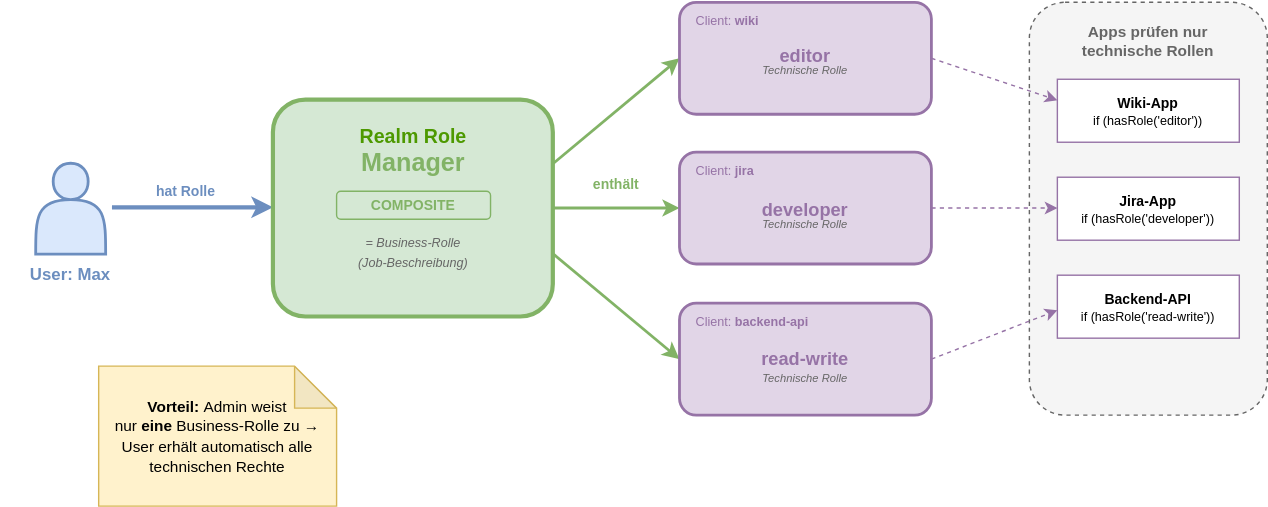
This is slides/04-clients-benutzerverwaltung/images/composite_roles.drawio.svg from it-erben/training-keycloak, a draw.io export, as it was before one commit. Source tidied: cells renumbered, new cells last; positions are measured from the earlier drawing's top-left corner, leaving out a move shared by most shapes. The source it was exported from:
```xml
<mxGraphModel>
  <root>
    <mxCell id="0" />
    <mxCell id="1" parent="0" />
    <mxCell id="2" style="shape=actor;whiteSpace=wrap;html=1;fillColor=#dae8fc;strokeColor=#6c8ebf;strokeWidth=2;" parent="1" vertex="1">
      <mxGeometry x="25" y="115" width="50" height="65" as="geometry" />
    </mxCell>
    <mxCell id="3" value="&lt;b&gt;User: Max&lt;/b&gt;" style="text;html=1;strokeColor=none;fillColor=none;align=center;verticalAlign=middle;whiteSpace=wrap;rounded=0;fontSize=12;fontColor=#6c8ebf;" parent="1" vertex="1">
      <mxGeometry y="185" width="100" height="20" as="geometry" />
    </mxCell>
    <mxCell id="4" style="endArrow=classic;html=1;strokeWidth=3;strokeColor=#6c8ebf;" parent="1" edge="1">
      <mxGeometry relative="1" as="geometry">
        <mxPoint x="80" y="147" as="sourcePoint" />
        <mxPoint x="195" y="147" as="targetPoint" />
      </mxGeometry>
    </mxCell>
    <mxCell id="5" value="&lt;font style=&quot;font-size:10px&quot;&gt;&lt;b&gt;hat Rolle&lt;/b&gt;&lt;/font&gt;" style="text;html=1;strokeColor=none;fillColor=none;align=center;verticalAlign=middle;whiteSpace=wrap;rounded=0;fontColor=#6c8ebf;" parent="1" vertex="1">
      <mxGeometry x="100" y="125" width="65" height="20" as="geometry" />
    </mxCell>
    <mxCell id="6" style="rounded=1;whiteSpace=wrap;html=1;fillColor=#d5e8d4;strokeColor=#82b366;strokeWidth=3;" parent="1" vertex="1">
      <mxGeometry x="195" y="70" width="200" height="155" as="geometry" />
    </mxCell>
    <mxCell id="7" value="&lt;font style=&quot;color: rgb(77, 153, 0);&quot;&gt;&lt;b style=&quot;font-size:14px&quot;&gt;Realm Role&lt;/b&gt;&lt;br&gt;&lt;/font&gt;&lt;font style=&quot;font-size:18px;color:#82b366&quot;&gt;&lt;b&gt;Manager&lt;/b&gt;&lt;/font&gt;" style="text;html=1;strokeColor=none;fillColor=none;align=center;verticalAlign=middle;whiteSpace=wrap;rounded=0;" parent="1" vertex="1">
      <mxGeometry x="220" y="82" width="150" height="50" as="geometry" />
    </mxCell>
    <mxCell id="8" value="&lt;font style=&quot;font-size:10px&quot; color=&quot;#82b366&quot;&gt;&lt;b&gt;COMPOSITE&lt;/b&gt;&lt;/font&gt;" style="text;html=1;strokeColor=#82b366;fillColor=#d5e8d4;align=center;verticalAlign=middle;whiteSpace=wrap;rounded=1;" parent="1" vertex="1">
      <mxGeometry x="240" y="135" width="110" height="20" as="geometry" />
    </mxCell>
    <mxCell id="9" value="&lt;font style=&quot;font-size:9px&quot;&gt;&lt;i&gt;= Business-Rolle&lt;br&gt;(Job-Beschreibung)&lt;/i&gt;&lt;/font&gt;" style="text;html=1;strokeColor=none;fillColor=none;align=center;verticalAlign=middle;whiteSpace=wrap;rounded=0;fontColor=#666666;" parent="1" vertex="1">
      <mxGeometry x="230" y="160" width="130" height="35" as="geometry" />
    </mxCell>
    <mxCell id="10" style="endArrow=classic;html=1;strokeWidth=2;strokeColor=#82b366;" parent="1" edge="1">
      <mxGeometry relative="1" as="geometry">
        <mxPoint x="395" y="115" as="sourcePoint" />
        <mxPoint x="485" y="40" as="targetPoint" />
      </mxGeometry>
    </mxCell>
    <mxCell id="11" style="endArrow=classic;html=1;strokeWidth=2;strokeColor=#82b366;" parent="1" edge="1">
      <mxGeometry relative="1" as="geometry">
        <mxPoint x="395" y="147" as="sourcePoint" />
        <mxPoint x="485" y="147" as="targetPoint" />
      </mxGeometry>
    </mxCell>
    <mxCell id="12" style="endArrow=classic;html=1;strokeWidth=2;strokeColor=#82b366;" parent="1" edge="1">
      <mxGeometry relative="1" as="geometry">
        <mxPoint x="395" y="180" as="sourcePoint" />
        <mxPoint x="485" y="255" as="targetPoint" />
      </mxGeometry>
    </mxCell>
    <mxCell id="13" value="&lt;font style=&quot;font-size:10px&quot; color=&quot;#82b366&quot;&gt;&lt;b&gt;enthält&lt;/b&gt;&lt;/font&gt;" style="text;html=1;strokeColor=none;fillColor=none;align=center;verticalAlign=middle;whiteSpace=wrap;rounded=0;" parent="1" vertex="1">
      <mxGeometry x="415" y="120" width="50" height="20" as="geometry" />
    </mxCell>
    <mxCell id="14" style="rounded=1;whiteSpace=wrap;html=1;fillColor=#e1d5e7;strokeColor=#9673a6;strokeWidth=2;" parent="1" vertex="1">
      <mxGeometry x="485" width="180" height="80" as="geometry" />
    </mxCell>
    <mxCell id="15" value="&lt;font style=&quot;font-size:9px&quot; color=&quot;#9673a6&quot;&gt;Client: &lt;b&gt;wiki&lt;/b&gt;&lt;/font&gt;" style="text;html=1;strokeColor=none;fillColor=none;align=left;verticalAlign=middle;whiteSpace=wrap;rounded=0;" parent="1" vertex="1">
      <mxGeometry x="495" y="5" width="80" height="15" as="geometry" />
    </mxCell>
    <mxCell id="16" value="&lt;b style=&quot;font-size:13px&quot;&gt;editor&lt;/b&gt;" style="text;html=1;strokeColor=none;fillColor=none;align=center;verticalAlign=middle;whiteSpace=wrap;rounded=0;fontColor=#9673a6;" parent="1" vertex="1">
      <mxGeometry x="505" y="25" width="140" height="25" as="geometry" />
    </mxCell>
    <mxCell id="17" value="&lt;font style=&quot;font-size:8px&quot;&gt;&lt;i&gt;Technische Rolle&lt;/i&gt;&lt;/font&gt;" style="text;html=1;strokeColor=none;fillColor=none;align=center;verticalAlign=middle;whiteSpace=wrap;rounded=0;fontColor=#666666;" parent="1" vertex="1">
      <mxGeometry x="515" y="40" width="120" height="15" as="geometry" />
    </mxCell>
    <mxCell id="18" style="rounded=1;whiteSpace=wrap;html=1;fillColor=#e1d5e7;strokeColor=#9673a6;strokeWidth=2;" parent="1" vertex="1">
      <mxGeometry x="485" y="107" width="180" height="80" as="geometry" />
    </mxCell>
    <mxCell id="19" value="&lt;font style=&quot;font-size:9px&quot; color=&quot;#9673a6&quot;&gt;Client: &lt;b&gt;jira&lt;/b&gt;&lt;/font&gt;" style="text;html=1;strokeColor=none;fillColor=none;align=left;verticalAlign=middle;whiteSpace=wrap;rounded=0;" parent="1" vertex="1">
      <mxGeometry x="495" y="112" width="80" height="15" as="geometry" />
    </mxCell>
    <mxCell id="20" value="&lt;b style=&quot;font-size:13px&quot;&gt;developer&lt;/b&gt;" style="text;html=1;strokeColor=none;fillColor=none;align=center;verticalAlign=middle;whiteSpace=wrap;rounded=0;fontColor=#9673a6;" parent="1" vertex="1">
      <mxGeometry x="505" y="135" width="140" height="25" as="geometry" />
    </mxCell>
    <mxCell id="21" value="&lt;font style=&quot;font-size:8px&quot;&gt;&lt;i&gt;Technische Rolle&lt;/i&gt;&lt;/font&gt;" style="text;html=1;strokeColor=none;fillColor=none;align=center;verticalAlign=middle;whiteSpace=wrap;rounded=0;fontColor=#666666;" parent="1" vertex="1">
      <mxGeometry x="515" y="150" width="120" height="15" as="geometry" />
    </mxCell>
    <mxCell id="22" style="rounded=1;whiteSpace=wrap;html=1;fillColor=#e1d5e7;strokeColor=#9673a6;strokeWidth=2;" parent="1" vertex="1">
      <mxGeometry x="485" y="215" width="180" height="80" as="geometry" />
    </mxCell>
    <mxCell id="23" value="&lt;font style=&quot;font-size:9px&quot; color=&quot;#9673a6&quot;&gt;Client: &lt;b&gt;backend-api&lt;/b&gt;&lt;/font&gt;" style="text;html=1;strokeColor=none;fillColor=none;align=left;verticalAlign=middle;whiteSpace=wrap;rounded=0;" parent="1" vertex="1">
      <mxGeometry x="495" y="220" width="100" height="15" as="geometry" />
    </mxCell>
    <mxCell id="24" value="&lt;b style=&quot;font-size:13px&quot;&gt;read-write&lt;/b&gt;" style="text;html=1;strokeColor=none;fillColor=none;align=center;verticalAlign=middle;whiteSpace=wrap;rounded=0;fontColor=#9673a6;" parent="1" vertex="1">
      <mxGeometry x="505" y="242.5" width="140" height="25" as="geometry" />
    </mxCell>
    <mxCell id="25" value="&lt;font style=&quot;font-size:8px&quot;&gt;&lt;i&gt;Technische Rolle&lt;/i&gt;&lt;/font&gt;" style="text;html=1;strokeColor=none;fillColor=none;align=center;verticalAlign=middle;whiteSpace=wrap;rounded=0;fontColor=#666666;" parent="1" vertex="1">
      <mxGeometry x="515" y="260" width="120" height="15" as="geometry" />
    </mxCell>
    <mxCell id="26" style="rounded=1;whiteSpace=wrap;html=1;fillColor=#f5f5f5;strokeColor=#666666;strokeWidth=1;dashed=1;" parent="1" vertex="1">
      <mxGeometry x="735" width="170" height="295" as="geometry" />
    </mxCell>
    <mxCell id="27" value="&lt;b&gt;Apps prüfen nur&lt;br&gt;technische Rollen&lt;/b&gt;" style="text;html=1;strokeColor=none;fillColor=none;align=center;verticalAlign=middle;whiteSpace=wrap;rounded=0;fontSize=11;fontColor=#666666;" parent="1" vertex="1">
      <mxGeometry x="755" y="10" width="130" height="35" as="geometry" />
    </mxCell>
    <mxCell id="28" value="&lt;b&gt;Wiki-App&lt;/b&gt;&lt;br&gt;&lt;font style=&quot;font-size:9px&quot;&gt;if (hasRole('editor'))&lt;/font&gt;" style="rounded=0;whiteSpace=wrap;html=1;fillColor=#ffffff;strokeColor=#9673a6;fontSize=10;" parent="1" vertex="1">
      <mxGeometry x="755" y="55" width="130" height="45" as="geometry" />
    </mxCell>
    <mxCell id="29" value="&lt;b&gt;Jira-App&lt;/b&gt;&lt;br&gt;&lt;font style=&quot;font-size:9px&quot;&gt;if (hasRole('developer'))&lt;/font&gt;" style="rounded=0;whiteSpace=wrap;html=1;fillColor=#ffffff;strokeColor=#9673a6;fontSize=10;" parent="1" vertex="1">
      <mxGeometry x="755" y="125" width="130" height="45" as="geometry" />
    </mxCell>
    <mxCell id="30" value="&lt;b&gt;Backend-API&lt;/b&gt;&lt;br&gt;&lt;font style=&quot;font-size:9px&quot;&gt;if (hasRole('read-write'))&lt;/font&gt;" style="rounded=0;whiteSpace=wrap;html=1;fillColor=#ffffff;strokeColor=#9673a6;fontSize=10;" parent="1" vertex="1">
      <mxGeometry x="755" y="195" width="130" height="45" as="geometry" />
    </mxCell>
    <mxCell id="31" style="endArrow=classic;html=1;strokeWidth=1;strokeColor=#9673a6;dashed=1;" parent="1" edge="1">
      <mxGeometry relative="1" as="geometry">
        <mxPoint x="665" y="40" as="sourcePoint" />
        <mxPoint x="755" y="70" as="targetPoint" />
      </mxGeometry>
    </mxCell>
    <mxCell id="32" style="endArrow=classic;html=1;strokeWidth=1;strokeColor=#9673a6;dashed=1;" parent="1" edge="1">
      <mxGeometry relative="1" as="geometry">
        <mxPoint x="665" y="147" as="sourcePoint" />
        <mxPoint x="755" y="147" as="targetPoint" />
      </mxGeometry>
    </mxCell>
    <mxCell id="33" style="endArrow=classic;html=1;strokeWidth=1;strokeColor=#9673a6;dashed=1;" parent="1" edge="1">
      <mxGeometry relative="1" as="geometry">
        <mxPoint x="665" y="255" as="sourcePoint" />
        <mxPoint x="755" y="220" as="targetPoint" />
      </mxGeometry>
    </mxCell>
    <mxCell id="34" value="&lt;b style=&quot;font-size: 11px;&quot;&gt;Vorteil:&lt;/b&gt;&lt;span style=&quot;font-size: 11px;&quot;&gt;&amp;nbsp;Admin weist nur&amp;nbsp;&lt;/span&gt;&lt;b style=&quot;font-size: 11px;&quot;&gt;eine&lt;/b&gt;&lt;span style=&quot;font-size: 11px;&quot;&gt;&amp;nbsp;Business-Rolle zu → User erhält automatisch alle technischen Rechte&lt;/span&gt;" style="shape=note;whiteSpace=wrap;html=1;backgroundOutline=1;darkOpacity=0.05;fillColor=#fff2cc;strokeColor=#d6b656;" parent="1" vertex="1">
      <mxGeometry x="70" y="260" width="170" height="100" as="geometry" />
    </mxCell>
  </root>
</mxGraphModel>
```
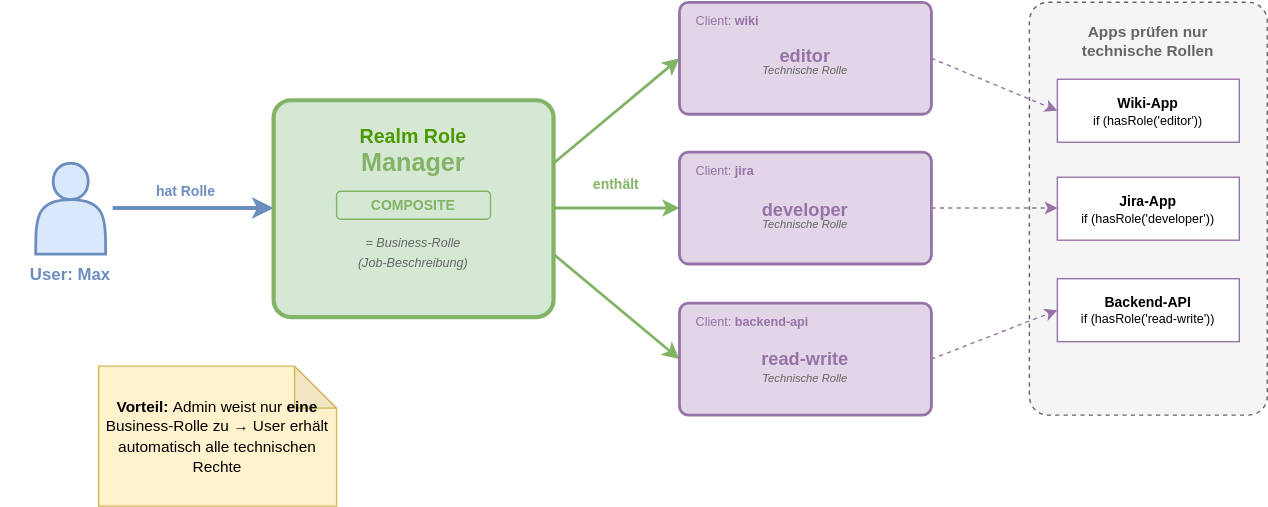
Above is the later version.

What changed in the source:
```diff
@@ -17,7 +17,7 @@
     <mxCell id="5" value="&lt;font style=&quot;font-size:10px&quot;&gt;&lt;b&gt;hat Rolle&lt;/b&gt;&lt;/font&gt;" style="text;html=1;strokeColor=none;fillColor=none;align=center;verticalAlign=middle;whiteSpace=wrap;rounded=0;fontColor=#6c8ebf;" parent="1" vertex="1">
       <mxGeometry x="100" y="125" width="65" height="20" as="geometry" />
     </mxCell>
-    <mxCell id="6" style="rounded=1;whiteSpace=wrap;html=1;fillColor=#d5e8d4;strokeColor=#82b366;strokeWidth=3;" parent="1" vertex="1">
+    <mxCell id="6" style="rounded=1;whiteSpace=wrap;html=1;fillColor=#d5e8d4;strokeColor=#82b366;strokeWidth=3;arcSize=8;" parent="1" vertex="1">
       <mxGeometry x="195" y="70" width="200" height="155" as="geometry" />
     </mxCell>
     <mxCell id="7" value="&lt;font style=&quot;color: rgb(77, 153, 0);&quot;&gt;&lt;b style=&quot;font-size:14px&quot;&gt;Realm Role&lt;/b&gt;&lt;br&gt;&lt;/font&gt;&lt;font style=&quot;font-size:18px;color:#82b366&quot;&gt;&lt;b&gt;Manager&lt;/b&gt;&lt;/font&gt;" style="text;html=1;strokeColor=none;fillColor=none;align=center;verticalAlign=middle;whiteSpace=wrap;rounded=0;" parent="1" vertex="1">
@@ -50,7 +50,7 @@
     <mxCell id="13" value="&lt;font style=&quot;font-size:10px&quot; color=&quot;#82b366&quot;&gt;&lt;b&gt;enthält&lt;/b&gt;&lt;/font&gt;" style="text;html=1;strokeColor=none;fillColor=none;align=center;verticalAlign=middle;whiteSpace=wrap;rounded=0;" parent="1" vertex="1">
       <mxGeometry x="415" y="120" width="50" height="20" as="geometry" />
     </mxCell>
-    <mxCell id="14" style="rounded=1;whiteSpace=wrap;html=1;fillColor=#e1d5e7;strokeColor=#9673a6;strokeWidth=2;" parent="1" vertex="1">
+    <mxCell id="14" style="rounded=1;whiteSpace=wrap;html=1;fillColor=#e1d5e7;strokeColor=#9673a6;strokeWidth=2;arcSize=8;" parent="1" vertex="1">
       <mxGeometry x="485" width="180" height="80" as="geometry" />
     </mxCell>
     <mxCell id="15" value="&lt;font style=&quot;font-size:9px&quot; color=&quot;#9673a6&quot;&gt;Client: &lt;b&gt;wiki&lt;/b&gt;&lt;/font&gt;" style="text;html=1;strokeColor=none;fillColor=none;align=left;verticalAlign=middle;whiteSpace=wrap;rounded=0;" parent="1" vertex="1">
@@ -62,7 +62,7 @@
     <mxCell id="17" value="&lt;font style=&quot;font-size:8px&quot;&gt;&lt;i&gt;Technische Rolle&lt;/i&gt;&lt;/font&gt;" style="text;html=1;strokeColor=none;fillColor=none;align=center;verticalAlign=middle;whiteSpace=wrap;rounded=0;fontColor=#666666;" parent="1" vertex="1">
       <mxGeometry x="515" y="40" width="120" height="15" as="geometry" />
     </mxCell>
-    <mxCell id="18" style="rounded=1;whiteSpace=wrap;html=1;fillColor=#e1d5e7;strokeColor=#9673a6;strokeWidth=2;" parent="1" vertex="1">
+    <mxCell id="18" style="rounded=1;whiteSpace=wrap;html=1;fillColor=#e1d5e7;strokeColor=#9673a6;strokeWidth=2;arcSize=8;" parent="1" vertex="1">
       <mxGeometry x="485" y="107" width="180" height="80" as="geometry" />
     </mxCell>
     <mxCell id="19" value="&lt;font style=&quot;font-size:9px&quot; color=&quot;#9673a6&quot;&gt;Client: &lt;b&gt;jira&lt;/b&gt;&lt;/font&gt;" style="text;html=1;strokeColor=none;fillColor=none;align=left;verticalAlign=middle;whiteSpace=wrap;rounded=0;" parent="1" vertex="1">
@@ -74,7 +74,7 @@
     <mxCell id="21" value="&lt;font style=&quot;font-size:8px&quot;&gt;&lt;i&gt;Technische Rolle&lt;/i&gt;&lt;/font&gt;" style="text;html=1;strokeColor=none;fillColor=none;align=center;verticalAlign=middle;whiteSpace=wrap;rounded=0;fontColor=#666666;" parent="1" vertex="1">
       <mxGeometry x="515" y="150" width="120" height="15" as="geometry" />
     </mxCell>
-    <mxCell id="22" style="rounded=1;whiteSpace=wrap;html=1;fillColor=#e1d5e7;strokeColor=#9673a6;strokeWidth=2;" parent="1" vertex="1">
+    <mxCell id="22" style="rounded=1;whiteSpace=wrap;html=1;fillColor=#e1d5e7;strokeColor=#9673a6;strokeWidth=2;arcSize=8;" parent="1" vertex="1">
       <mxGeometry x="485" y="215" width="180" height="80" as="geometry" />
     </mxCell>
     <mxCell id="23" value="&lt;font style=&quot;font-size:9px&quot; color=&quot;#9673a6&quot;&gt;Client: &lt;b&gt;backend-api&lt;/b&gt;&lt;/font&gt;" style="text;html=1;strokeColor=none;fillColor=none;align=left;verticalAlign=middle;whiteSpace=wrap;rounded=0;" parent="1" vertex="1">
@@ -86,7 +86,7 @@
     <mxCell id="25" value="&lt;font style=&quot;font-size:8px&quot;&gt;&lt;i&gt;Technische Rolle&lt;/i&gt;&lt;/font&gt;" style="text;html=1;strokeColor=none;fillColor=none;align=center;verticalAlign=middle;whiteSpace=wrap;rounded=0;fontColor=#666666;" parent="1" vertex="1">
       <mxGeometry x="515" y="260" width="120" height="15" as="geometry" />
     </mxCell>
-    <mxCell id="26" style="rounded=1;whiteSpace=wrap;html=1;fillColor=#f5f5f5;strokeColor=#666666;strokeWidth=1;dashed=1;" parent="1" vertex="1">
+    <mxCell id="26" style="rounded=1;whiteSpace=wrap;html=1;fillColor=#f5f5f5;strokeColor=#666666;strokeWidth=1;dashed=1;arcSize=8;" parent="1" vertex="1">
       <mxGeometry x="735" width="170" height="295" as="geometry" />
     </mxCell>
     <mxCell id="27" value="&lt;b&gt;Apps prüfen nur&lt;br&gt;technische Rollen&lt;/b&gt;" style="text;html=1;strokeColor=none;fillColor=none;align=center;verticalAlign=middle;whiteSpace=wrap;rounded=0;fontSize=11;fontColor=#666666;" parent="1" vertex="1">
@@ -99,12 +99,11 @@
       <mxGeometry x="755" y="125" width="130" height="45" as="geometry" />
     </mxCell>
     <mxCell id="30" value="&lt;b&gt;Backend-API&lt;/b&gt;&lt;br&gt;&lt;font style=&quot;font-size:9px&quot;&gt;if (hasRole('read-write'))&lt;/font&gt;" style="rounded=0;whiteSpace=wrap;html=1;fillColor=#ffffff;strokeColor=#9673a6;fontSize=10;" parent="1" vertex="1">
-      <mxGeometry x="755" y="195" width="130" height="45" as="geometry" />
+      <mxGeometry x="755" y="197.5" width="130" height="45" as="geometry" />
     </mxCell>
-    <mxCell id="31" style="endArrow=classic;html=1;strokeWidth=1;strokeColor=#9673a6;dashed=1;" parent="1" edge="1">
+    <mxCell id="31" style="endArrow=classic;html=1;strokeWidth=1;strokeColor=#9673a6;dashed=1;entryX=0;entryY=0.5;entryDx=0;entryDy=0;" parent="1" edge="1" target="28">
       <mxGeometry relative="1" as="geometry">
         <mxPoint x="665" y="40" as="sourcePoint" />
-        <mxPoint x="755" y="70" as="targetPoint" />
       </mxGeometry>
     </mxCell>
     <mxCell id="32" style="endArrow=classic;html=1;strokeWidth=1;strokeColor=#9673a6;dashed=1;" parent="1" edge="1">
@@ -113,10 +112,9 @@
         <mxPoint x="755" y="147" as="targetPoint" />
       </mxGeometry>
     </mxCell>
-    <mxCell id="33" style="endArrow=classic;html=1;strokeWidth=1;strokeColor=#9673a6;dashed=1;" parent="1" edge="1">
+    <mxCell id="33" style="endArrow=classic;html=1;strokeWidth=1;strokeColor=#9673a6;dashed=1;entryX=0;entryY=0.5;entryDx=0;entryDy=0;" parent="1" edge="1" target="30">
       <mxGeometry relative="1" as="geometry">
         <mxPoint x="665" y="255" as="sourcePoint" />
-        <mxPoint x="755" y="220" as="targetPoint" />
       </mxGeometry>
     </mxCell>
     <mxCell id="34" value="&lt;b style=&quot;font-size: 11px;&quot;&gt;Vorteil:&lt;/b&gt;&lt;span style=&quot;font-size: 11px;&quot;&gt;&amp;nbsp;Admin weist nur&amp;nbsp;&lt;/span&gt;&lt;b style=&quot;font-size: 11px;&quot;&gt;eine&lt;/b&gt;&lt;span style=&quot;font-size: 11px;&quot;&gt;&amp;nbsp;Business-Rolle zu → User erhält automatisch alle technischen Rechte&lt;/span&gt;" style="shape=note;whiteSpace=wrap;html=1;backgroundOutline=1;darkOpacity=0.05;fillColor=#fff2cc;strokeColor=#d6b656;" parent="1" vertex="1">
```
